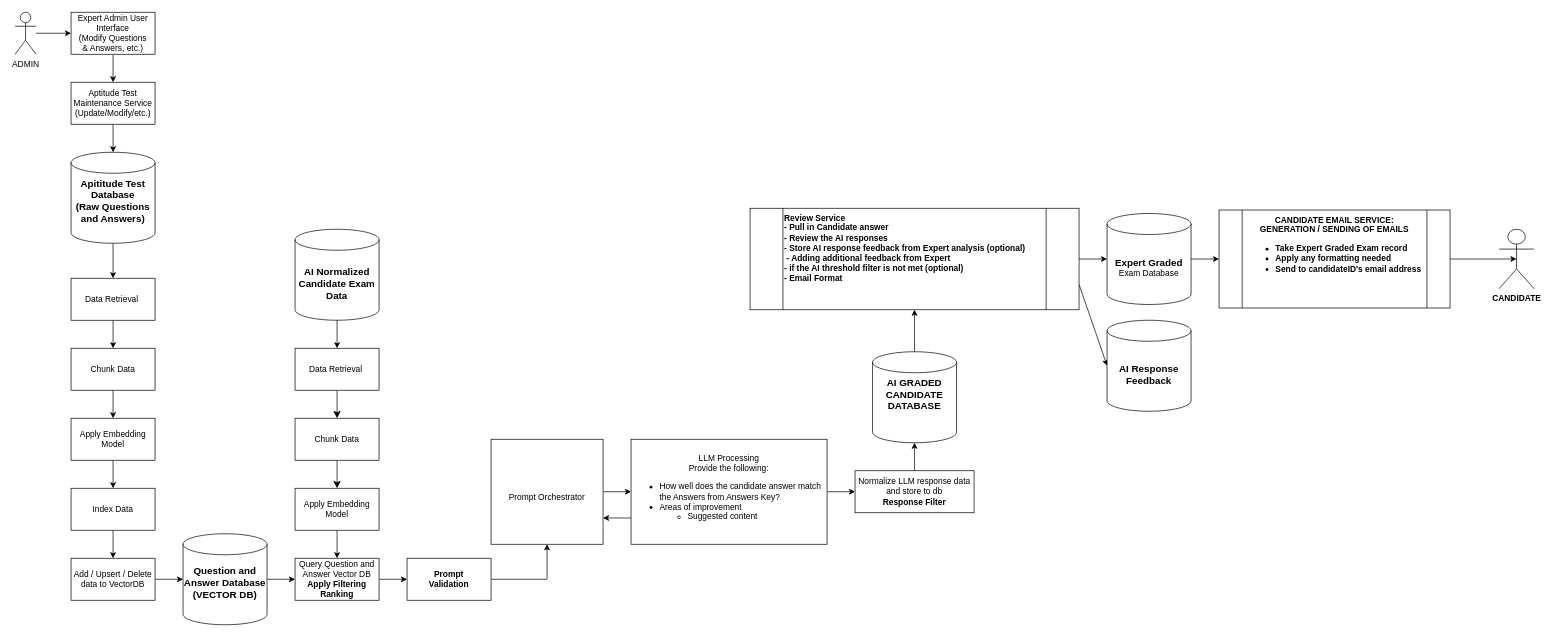
mmat1/skynet-ai-2025 keeps this draw.io diagram as diagrams/ai-short-answer-auto-grader.drawio. Above is the earlier version. Source tidied: cells renumbered, new cells numbered last; positions are measured from the earlier drawing's top-left corner, leaving out a move shared by most shapes. Both pictures are drawn from the tidied source at 70%, with x=0, y=0 at pixel (15, 12).
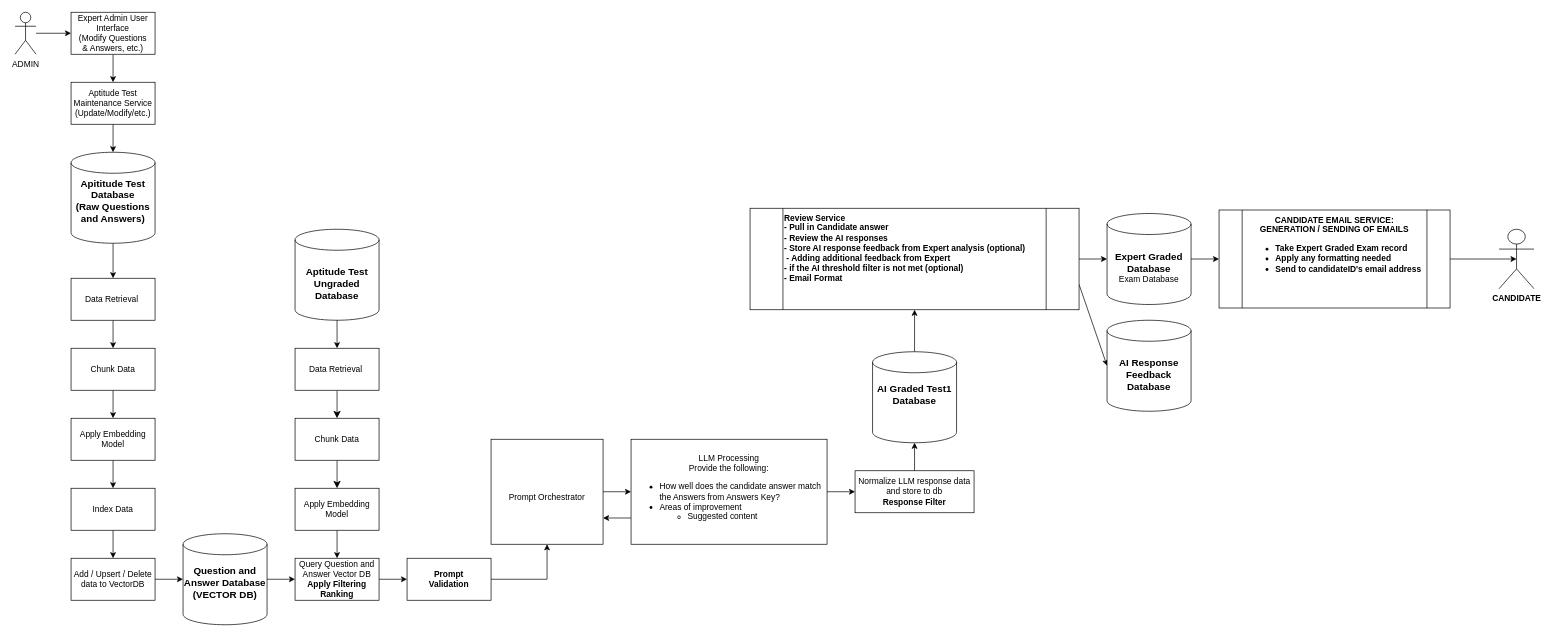
After the change.

Commit message:
Name databases to match icepanel c4

Diff of the diagram source:
```diff
@@
-    <mxCell id="2" value="&lt;b style=&quot;font-size: 14px;&quot;&gt;AI Normalized Candidate Exam Data&lt;/b&gt;" style="shape=cylinder3;whiteSpace=wrap;html=1;boundedLbl=1;backgroundOutline=1;size=15;strokeColor=default;align=center;verticalAlign=middle;fontFamily=Helvetica;fontSize=12;fontColor=default;fillColor=default;" parent="1" vertex="1">
+    <mxCell id="2" value="&lt;b style=&quot;font-size: 14px;&quot;&gt;Aptitude Test Ungraded Database&lt;/b&gt;" style="shape=cylinder3;whiteSpace=wrap;html=1;boundedLbl=1;backgroundOutline=1;size=15;strokeColor=default;align=center;verticalAlign=middle;fontFamily=Helvetica;fontSize=12;fontColor=default;fillColor=default;" parent="1" vertex="1">
       <mxGeometry x="400" y="310" width="120" height="130" as="geometry" />
     </mxCell>
@@
-    <mxCell id="33" value="&lt;b&gt;&lt;font style=&quot;font-size: 14px;&quot;&gt;AI GRADED CANDIDATE DATABASE&lt;/font&gt;&lt;/b&gt;&lt;div&gt;&lt;b&gt;&lt;font style=&quot;font-size: 14px;&quot;&gt;&lt;br&gt;&lt;/font&gt;&lt;/b&gt;&lt;/div&gt;&lt;div&gt;&lt;b&gt;&lt;font style=&quot;font-size: 14px;&quot;&gt;&lt;br&gt;&lt;/font&gt;&lt;/b&gt;&lt;/div&gt;" style="shape=cylinder3;whiteSpace=wrap;html=1;boundedLbl=1;backgroundOutline=1;size=15;strokeColor=default;align=center;verticalAlign=middle;fontFamily=Helvetica;fontSize=12;fontColor=default;fillColor=default;" parent="1" vertex="1">
+    <mxCell id="33" value="&lt;b&gt;&lt;font style=&quot;font-size: 14px;&quot;&gt;AI Graded Test1 Database&lt;/font&gt;&lt;/b&gt;&lt;div&gt;&lt;b&gt;&lt;font style=&quot;font-size: 14px;&quot;&gt;&lt;br&gt;&lt;/font&gt;&lt;/b&gt;&lt;/div&gt;&lt;div&gt;&lt;b&gt;&lt;font style=&quot;font-size: 14px;&quot;&gt;&lt;br&gt;&lt;/font&gt;&lt;/b&gt;&lt;/div&gt;" style="shape=cylinder3;whiteSpace=wrap;html=1;boundedLbl=1;backgroundOutline=1;size=15;strokeColor=default;align=center;verticalAlign=middle;fontFamily=Helvetica;fontSize=12;fontColor=default;fillColor=default;" parent="1" vertex="1">
       <mxGeometry x="1225" y="485" width="120" height="130" as="geometry" />
     </mxCell>
@@
-    <mxCell id="40" value="&lt;span style=&quot;font-size: 14px;&quot;&gt;&lt;b&gt;Expert Graded&lt;br&gt;&lt;/b&gt;&lt;/span&gt;Exam Database" style="shape=cylinder3;whiteSpace=wrap;html=1;boundedLbl=1;backgroundOutline=1;size=15;strokeColor=default;align=center;verticalAlign=middle;fontFamily=Helvetica;fontSize=12;fontColor=default;fillColor=default;" parent="1" vertex="1">
+    <mxCell id="40" value="&lt;span style=&quot;font-size: 14px;&quot;&gt;&lt;b&gt;Expert Graded Database&lt;br&gt;&lt;/b&gt;&lt;/span&gt;Exam Database" style="shape=cylinder3;whiteSpace=wrap;html=1;boundedLbl=1;backgroundOutline=1;size=15;strokeColor=default;align=center;verticalAlign=middle;fontFamily=Helvetica;fontSize=12;fontColor=default;fillColor=default;" parent="1" vertex="1">
       <mxGeometry x="1560" y="287.5" width="120" height="130" as="geometry" />
     </mxCell>
@@
-    <mxCell id="45" value="&lt;span style=&quot;font-size: 14px;&quot;&gt;&lt;b&gt;AI Response&lt;br&gt;Feedback&lt;br&gt;&lt;/b&gt;&lt;/span&gt;" style="shape=cylinder3;whiteSpace=wrap;html=1;boundedLbl=1;backgroundOutline=1;size=15;strokeColor=default;align=center;verticalAlign=middle;fontFamily=Helvetica;fontSize=12;fontColor=default;fillColor=default;" parent="1" vertex="1">
+    <mxCell id="45" value="&lt;span style=&quot;font-size: 14px;&quot;&gt;&lt;b&gt;AI Response&lt;br&gt;Feedback Database&lt;/b&gt;&lt;/span&gt;" style="shape=cylinder3;whiteSpace=wrap;html=1;boundedLbl=1;backgroundOutline=1;size=15;strokeColor=default;align=center;verticalAlign=middle;fontFamily=Helvetica;fontSize=12;fontColor=default;fillColor=default;" parent="1" vertex="1">
       <mxGeometry x="1560" y="440" width="120" height="130" as="geometry" />
     </mxCell>
```
